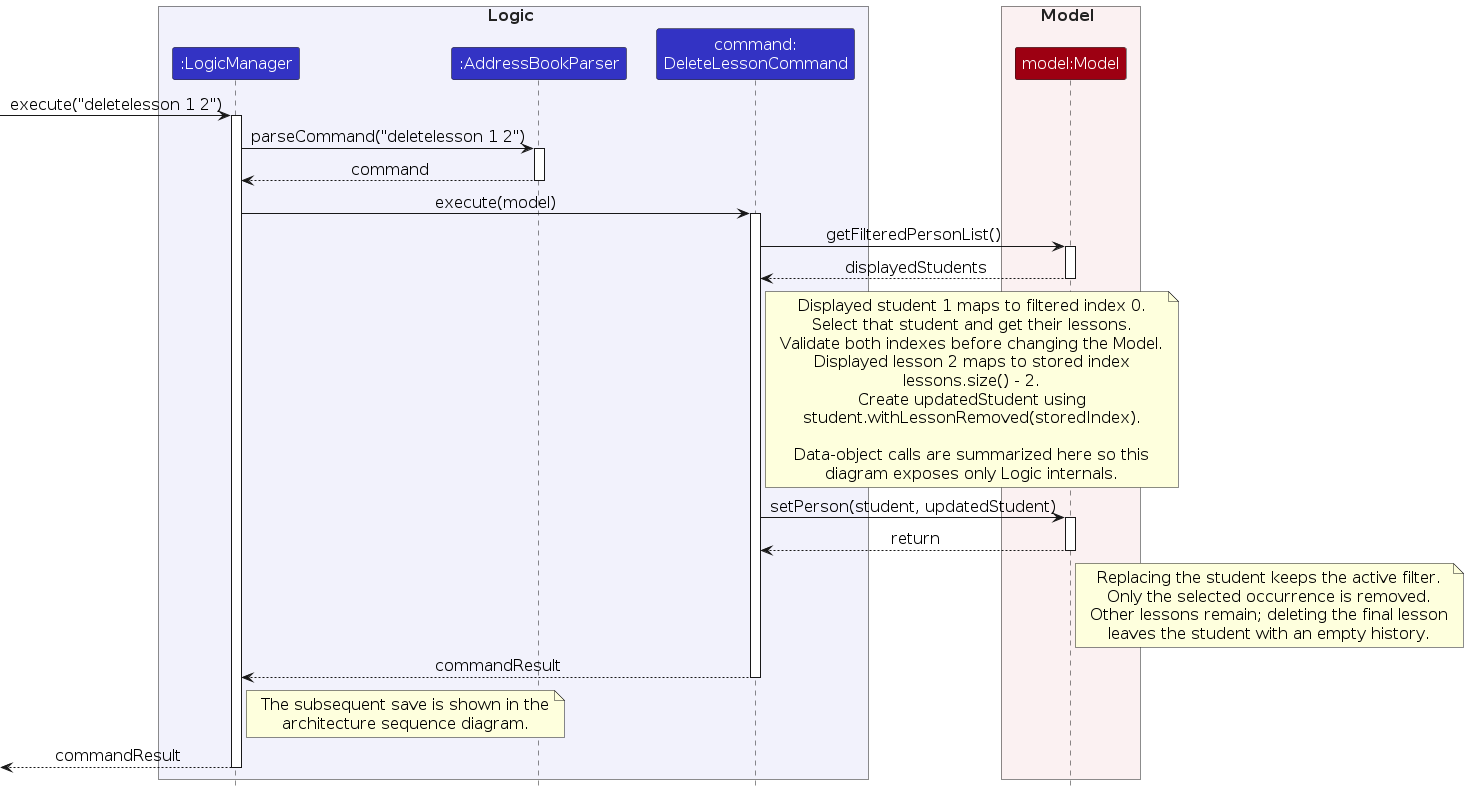
The PlantUML diagram diagrams/DeleteLessonSequenceDiagram.png in AY2627S1-CS2103T-T11-1/tp, before a commit. Its source is kept beside it as diagrams/DeleteLessonSequenceDiagram.puml.
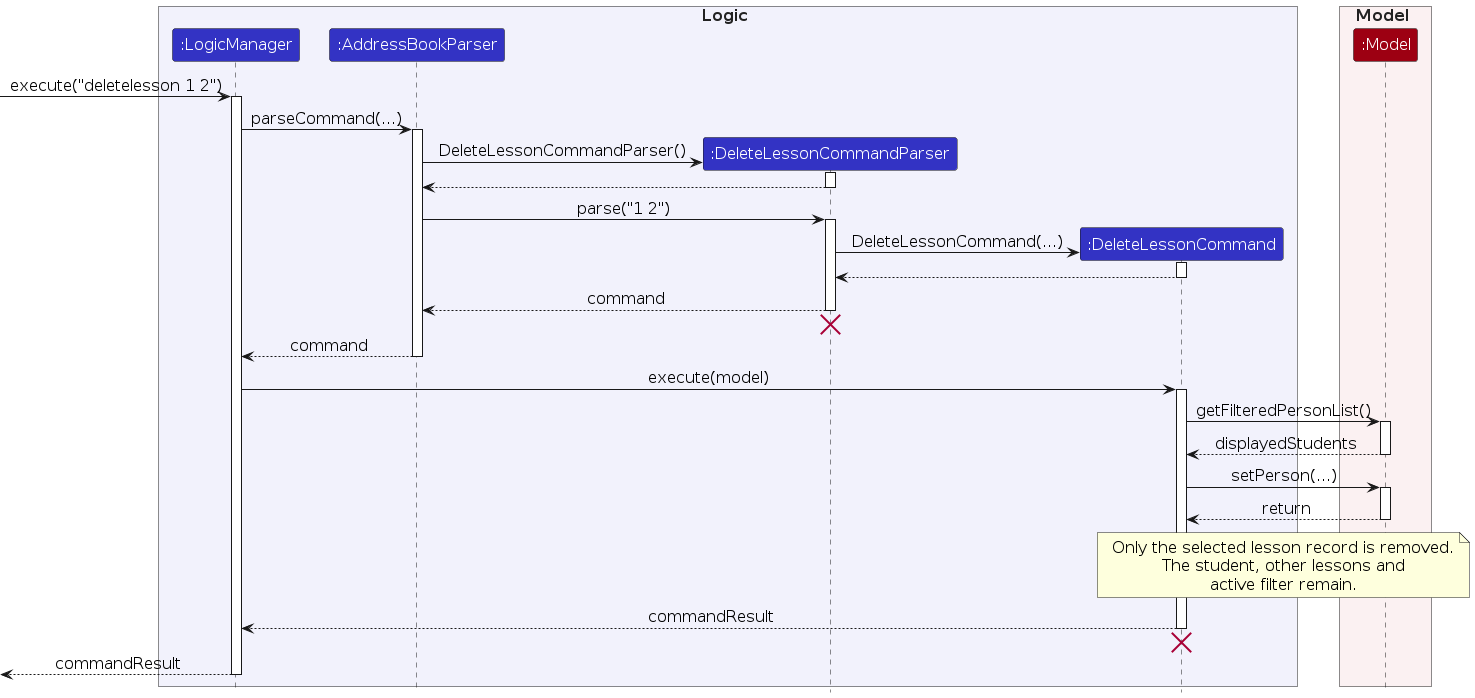
After the change.

Change to the diagram source:
```diff
@@ -8,18 +8,40 @@
 box Logic #F2F2FC
     participant ":LogicManager" as logicManager LOGIC_COLOR
     participant ":AddressBookParser" as addressBookParser LOGIC_COLOR
-    participant "command:\nDeleteLessonCommand" as command LOGIC_COLOR
+    participant ":DeleteLessonCommandParser" as parser LOGIC_COLOR
+    participant ":DeleteLessonCommand" as command LOGIC_COLOR
 end box
 
 box Model #FBF1F2
-    participant "model:Model" as model MODEL_COLOR
+    participant ":Model" as model MODEL_COLOR
 end box
 
 [-> logicManager : execute("deletelesson 1 2")
 activate logicManager
 
-logicManager -> addressBookParser : parseCommand("deletelesson 1 2")
+logicManager -> addressBookParser : parseCommand(...)
 activate addressBookParser
+
+create parser
+addressBookParser -> parser : DeleteLessonCommandParser()
+activate parser
+parser --> addressBookParser
+deactivate parser
+
+addressBookParser -> parser : parse("1 2")
+activate parser
+
+create command
+parser -> command : DeleteLessonCommand(...)
+activate command
+command --> parser
+deactivate command
+
+parser --> addressBookParser : command
+deactivate parser
+parser -[hidden]-> addressBookParser
+destroy parser
+
 addressBookParser --> logicManager : command
 deactivate addressBookParser
 
@@ -30,38 +52,21 @@
 model --> command : displayedStudents
 deactivate model
 
-note right of command
-  Displayed student 1 maps to filtered index 0.
-  Select that student and get their lessons.
-  Validate both indexes before changing the Model.
-  Displayed lesson 2 maps to stored index
-  lessons.size() - 2.
-  Create updatedStudent using
-  student.withLessonRemoved(storedIndex).
-
-  Data-object calls are summarized here so this
-  diagram exposes only Logic internals.
-end note
-
-command -> model : setPerson(student, updatedStudent)
+command -> model : setPerson(...)
 activate model
 model --> command : return
 deactivate model
 
-note right of model
-  Replacing the student keeps the active filter.
-  Only the selected occurrence is removed.
-  Other lessons remain; deleting the final lesson
-  leaves the student with an empty history.
+note over command, model
+  Only the selected lesson record is removed.
+  The student, other lessons and
+  active filter remain.
 end note
 
 command --> logicManager : commandResult
 deactivate command
-
-note right of logicManager
-  The subsequent save is shown in the
-  architecture sequence diagram.
-end note
+command -[hidden]-> logicManager
+destroy command
 
 [<-- logicManager : commandResult
 deactivate logicManager
```
